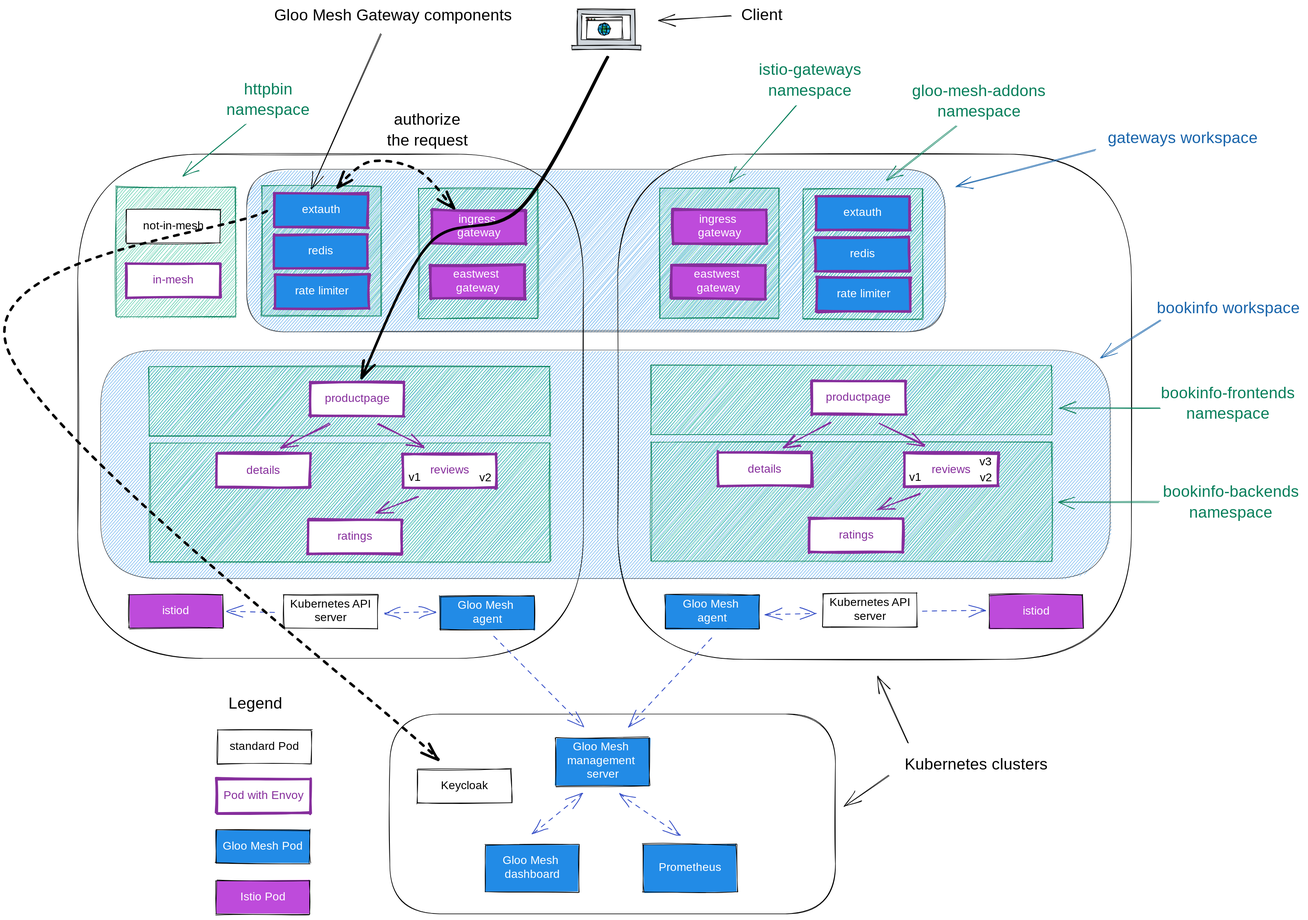
Earlier version of the Excalidraw export gloo-mesh-2-0/images/steps/gateway-extauth-oauth/gloo-mesh-gateway-extauth.svg (solo-io/workshops). Source tidied: one line per element, renumbered; positions are measured from the earlier drawing's top-left corner, leaving out a move shared by most shapes.
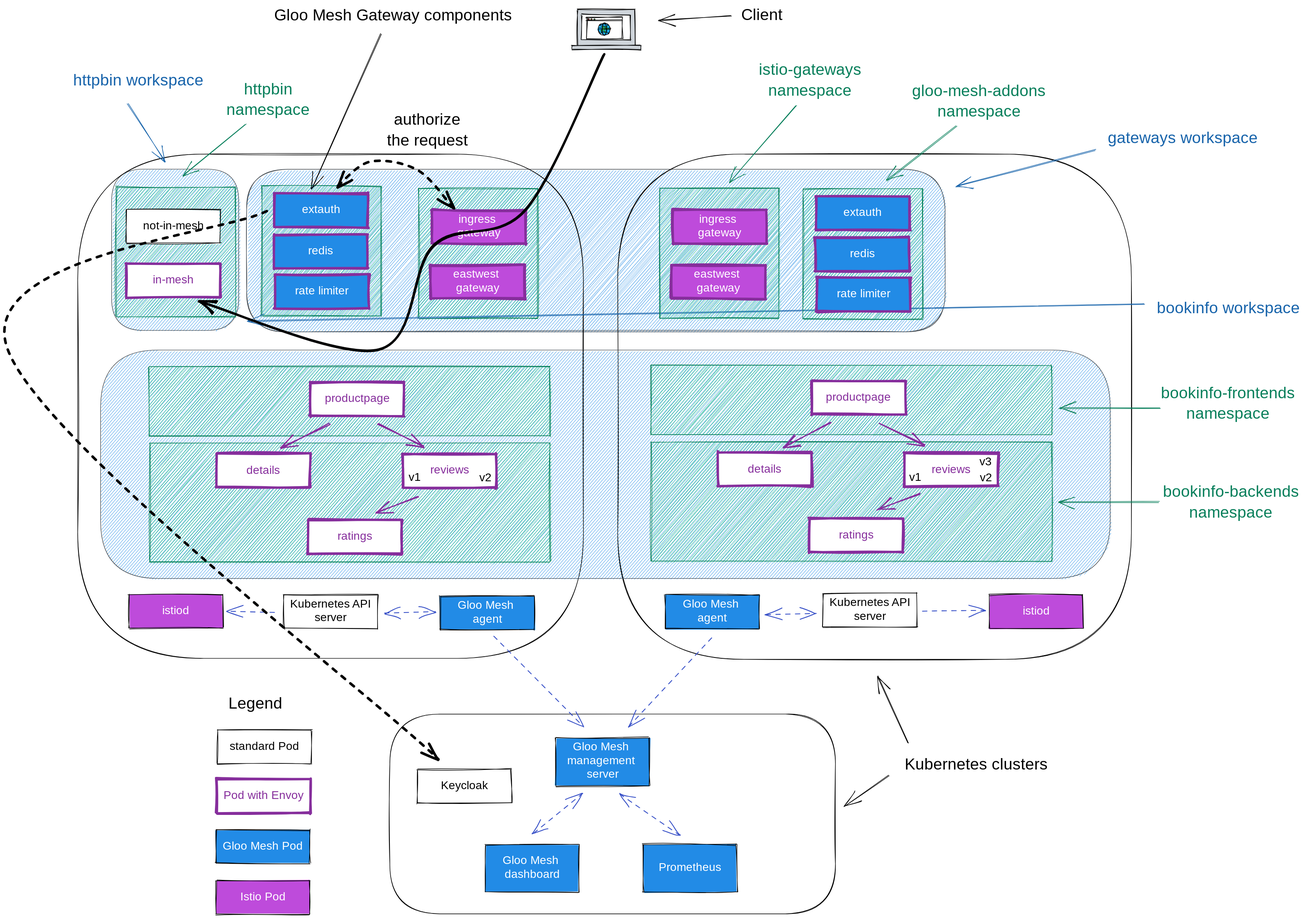
Later version of the same file.

Change to the diagram source:
```diff
@@ -1,3 +1,4 @@
+{"id": 142, "type": "rectangle", "strokeColor": "#495057", "backgroundColor": "#228be6", "fillStyle": "hachure", "strokeWidth": 1, "roughness": 0, "x": 183, "y": 285, "width": 222, "height": 282}
 {"id": 0, "type": "rectangle", "strokeColor": "#087f5b", "backgroundColor": "#12b886", "fillStyle": "hachure", "strokeWidth": 1, "roughness": 1, "x": 191, "y": 317, "width": 208, "height": 227}
 {"id": 1, "type": "rectangle", "strokeColor": "#495057", "backgroundColor": "#228be6", "fillStyle": "hachure", "strokeWidth": 1, "roughness": 1, "x": 419, "y": 286, "width": 1221, "height": 284}
 {"id": 2, "type": "rectangle", "strokeColor": "#087f5b", "backgroundColor": "#12b886", "fillStyle": "hachure", "strokeWidth": 1, "roughness": 1, "x": 720, "y": 319, "width": 208, "height": 227}
@@ -16,7 +17,7 @@
 {"id": 15, "type": "rectangle", "strokeColor": "#000000", "backgroundColor": "#228be6", "fillStyle": "solid", "strokeWidth": 1, "roughness": 1, "x": 758, "y": 1031, "width": 164, "height": 59}
 {"id": 16, "type": "text", "text": "Gloo Mesh \nagent", "strokeColor": "#ffffff", "strokeWidth": 1, "roughness": 1, "fontSize": 20, "fontFamily": 1, "textAlign": "center", "verticalAlign": "middle", "inside": 15, "x": 763, "y": 1037, "width": 154, "height": 48}
 {"id": 17, "type": "text", "text": "bookinfo workspace", "strokeColor": "#1864ab", "strokeWidth": 1, "roughness": 1, "fontSize": 28, "fontFamily": 1, "textAlign": "center", "x": 2006, "y": 513, "width": 258, "height": 36}
-{"id": 18, "type": "arrow", "strokeColor": "#1864ab", "backgroundColor": "#228be6", "fillStyle": "solid", "strokeWidth": 1, "roughness": 1, "endArrowhead": "arrow", "from": 17, "x": 2017, "y": 550, "width": 102, "height": 65, "points": [[0, 0], [-102, 65]]}
+{"id": 18, "type": "arrow", "strokeColor": "#1864ab", "backgroundColor": "#228be6", "fillStyle": "solid", "strokeWidth": 1, "roughness": 1, "endArrowhead": "arrow", "from": 3, "to": 5, "x": 1988, "y": 522, "width": 1565, "height": 29, "points": [[0, 0], [-1565, 29]]}
 {"id": 19, "type": "text", "text": "bookinfo-frontends\nnamespace", "strokeColor": "#087f5b", "backgroundColor": "#228be6", "fillStyle": "solid", "strokeWidth": 1, "roughness": 1, "fontSize": 28, "fontFamily": 1, "textAlign": "center", "x": 2011, "y": 661, "width": 248, "height": 72}
 {"id": 20, "type": "text", "text": "bookinfo-backends\nnamespace", "strokeColor": "#087f5b", "backgroundColor": "#228be6", "fillStyle": "solid", "strokeWidth": 1, "roughness": 1, "fontSize": 28, "fontFamily": 1, "textAlign": "center", "x": 2020, "y": 833, "width": 239, "height": 72}
 {"id": 21, "type": "arrow", "strokeColor": "#087f5b", "backgroundColor": "#228be6", "fillStyle": "solid", "strokeWidth": 1, "roughness": 1, "endArrowhead": "arrow", "to": 7, "x": 2016, "y": 704, "width": 177, "height": 0, "points": [[0, 0], [-177, 0]]}
@@ -134,9 +135,11 @@
 {"id": 133, "type": "text", "text": "Legend", "strokeColor": "#000000", "strokeWidth": 1, "roughness": 1, "fontSize": 28, "fontFamily": 1, "textAlign": "center", "x": 389, "y": 1203, "width": 91, "height": 36}
 {"id": 134, "type": "text", "text": "Client", "strokeColor": "#000000", "strokeWidth": 1, "roughness": 1, "fontSize": 28, "fontFamily": 1, "textAlign": "center", "x": 1281, "y": 0, "width": 77, "height": 36}
 {"id": 135, "type": "arrow", "strokeColor": "#000000", "backgroundColor": "#228be6", "fillStyle": "solid", "strokeWidth": 1, "roughness": 1, "endArrowhead": "arrow", "from": 134, "x": 1267, "y": 18, "width": 128, "height": 7, "points": [[0, 0], [-128, 7]]}
-{"id": 136, "type": "arrow", "strokeColor": "#000000", "backgroundColor": "#be4bdb", "fillStyle": "hachure", "strokeWidth": 4, "roughness": 1, "endArrowhead": "arrow", "from": 74, "to": 37, "x": 1051, "y": 89, "width": 430, "height": 560, "points": [[0, 0], [-150, 263], [-312, 325], [-430, 560]]}
 {"id": 137, "type": "text", "text": "authorize\nthe request", "strokeColor": "#000000", "backgroundColor": "#be4bdb", "fillStyle": "hachure", "strokeWidth": 4, "strokeStyle": "dashed", "roughness": 1, "fontSize": 28, "fontFamily": 1, "textAlign": "center", "x": 653, "y": 183, "width": 165, "height": 72}
 {"id": 138, "type": "rectangle", "strokeColor": "#000000", "backgroundColor": "#ffffff", "fillStyle": "solid", "strokeWidth": 1, "roughness": 1, "x": 718, "y": 1334, "width": 164, "height": 59}
 {"id": 139, "type": "text", "text": "Keycloak", "strokeColor": "#000000", "strokeWidth": 1, "roughness": 1, "fontSize": 20, "fontFamily": 1, "textAlign": "center", "verticalAlign": "middle", "inside": 138, "x": 723, "y": 1352, "width": 154, "height": 24}
 {"id": 140, "type": "arrow", "strokeColor": "#000000", "backgroundColor": "#be4bdb", "fillStyle": "hachure", "strokeWidth": 4, "strokeStyle": "dashed", "roughness": 1, "startArrowhead": "arrow", "endArrowhead": "arrow", "from": 9, "to": 48, "x": 780, "y": 354, "width": 204, "height": 82, "points": [[0, 0], [-62, -66], [-146, -82], [-204, -38]]}
 {"id": 141, "type": "arrow", "strokeColor": "#000000", "backgroundColor": "#be4bdb", "fillStyle": "hachure", "strokeWidth": 4, "strokeStyle": "dashed", "roughness": 1, "endArrowhead": "arrow", "from": 48, "x": 454, "y": 360, "width": 754, "height": 958, "points": [[0, 0], [-454, 236], [300, 958]]}
+{"id": 143, "type": "text", "text": "httpbin workspace", "strokeColor": "#1864ab", "strokeWidth": 1, "roughness": 1, "fontSize": 28, "fontFamily": 1, "textAlign": "center", "x": 108, "y": 114, "width": 243, "height": 36}
+{"id": 144, "type": "arrow", "strokeColor": "#1864ab", "backgroundColor": "#228be6", "fillStyle": "solid", "strokeWidth": 1, "roughness": 1, "endArrowhead": "arrow", "to": 142, "x": 211, "y": 170, "width": 66, "height": 103, "points": [[0, 0], [66, 103]]}
+{"id": 145, "type": "arrow", "strokeColor": "#000000", "backgroundColor": "#be4bdb", "fillStyle": "hachure", "strokeWidth": 4, "roughness": 1, "endArrowhead": "arrow", "from": 74, "to": 115, "x": 1044, "y": 86, "width": 709, "height": 516, "points": [[0, 0], [-140, 271], [-299, 333], [-394, 516], [-709, 431]]}
```
